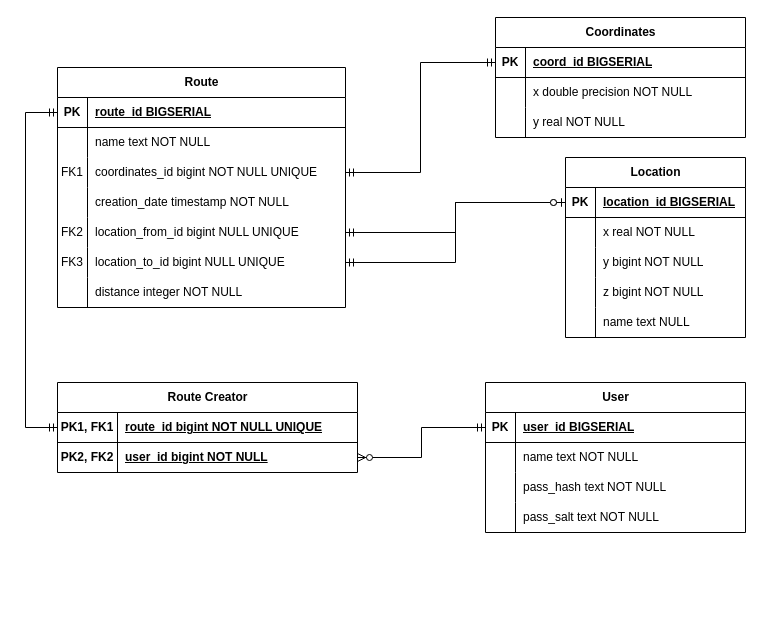
Before: diagrams/datalogicalModel.drawio in Zerumi/no8_280523_73637373, a draw.io diagram. Source tidied: cells renumbered, new cells numbered last; positions are measured from the earlier drawing's top-left corner, leaving out a move shared by most shapes. Both pictures are drawn from the tidied source at 100%, with x=0, y=0 at pixel (25, 17).
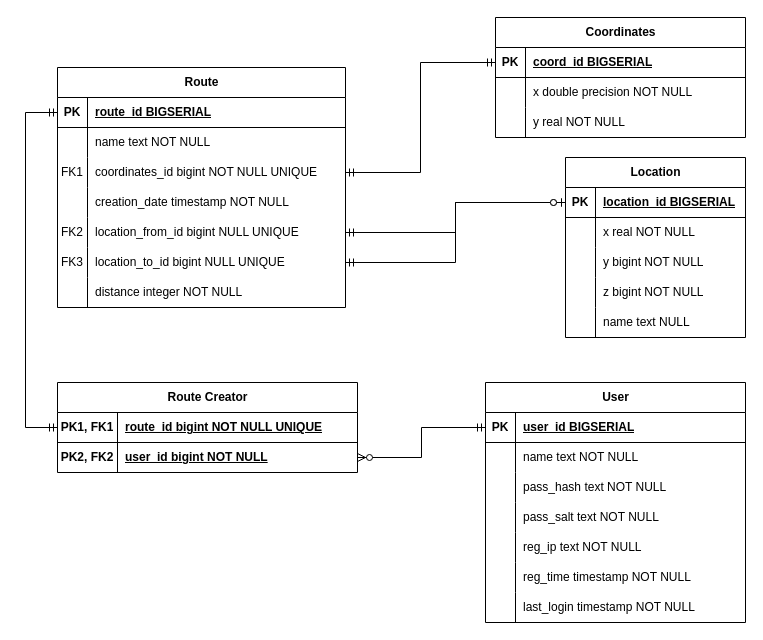
Above is the later version.

Commit message:
feat: enhanced datalogical model

What changed in the source:
```diff
@@
     <mxCell id="50" value="User" style="shape=table;startSize=30;childLayout=tableLayout;rowLines=0;fontStyle=1;align=center;html=1;" parent="1" vertex="1">
-      <mxGeometry x="460" y="365" width="260" height="150" as="geometry" />
+      <mxGeometry x="460" y="365" width="260" height="240" as="geometry" />
     </mxCell>
@@
+    <mxCell id="75" style="shape=tableRow;horizontal=0;startSize=0;swimlaneHead=0;swimlaneBody=0;fillColor=none;top=0;left=0;right=0;bottom=0;" parent="50" vertex="1">
+      <mxGeometry y="150" width="260" height="30" as="geometry" />
+    </mxCell>
+    <mxCell id="76" style="shape=partialRectangle;fillColor=none;top=0;left=0;bottom=0;right=0;overflow=hidden;whiteSpace=wrap;html=1;" parent="75" vertex="1">
+      <mxGeometry width="30" height="30" as="geometry" />
+    </mxCell>
+    <mxCell id="77" value="reg_ip text NOT NULL" style="shape=partialRectangle;fillColor=none;top=0;left=0;bottom=0;right=0;align=left;spacingLeft=6;overflow=hidden;whiteSpace=wrap;html=1;" parent="75" vertex="1">
+      <mxGeometry x="30" width="230" height="30" as="geometry" />
+    </mxCell>
+    <mxCell id="78" style="shape=tableRow;horizontal=0;startSize=0;swimlaneHead=0;swimlaneBody=0;fillColor=none;top=0;left=0;right=0;bottom=0;" parent="50" vertex="1">
+      <mxGeometry y="180" width="260" height="30" as="geometry" />
+    </mxCell>
+    <mxCell id="79" style="shape=partialRectangle;fillColor=none;top=0;left=0;bottom=0;right=0;overflow=hidden;whiteSpace=wrap;html=1;" parent="78" vertex="1">
+      <mxGeometry width="30" height="30" as="geometry" />
+    </mxCell>
+    <mxCell id="80" value="reg_time timestamp NOT NULL" style="shape=partialRectangle;fillColor=none;top=0;left=0;bottom=0;right=0;align=left;spacingLeft=6;overflow=hidden;whiteSpace=wrap;html=1;" parent="78" vertex="1">
+      <mxGeometry x="30" width="230" height="30" as="geometry" />
+    </mxCell>
+    <mxCell id="81" style="shape=tableRow;horizontal=0;startSize=0;swimlaneHead=0;swimlaneBody=0;fillColor=none;top=0;left=0;right=0;bottom=0;" parent="50" vertex="1">
+      <mxGeometry y="210" width="260" height="30" as="geometry" />
+    </mxCell>
+    <mxCell id="82" style="shape=partialRectangle;fillColor=none;top=0;left=0;bottom=0;right=0;overflow=hidden;whiteSpace=wrap;html=1;" parent="81" vertex="1">
+      <mxGeometry width="30" height="30" as="geometry" />
+    </mxCell>
+    <mxCell id="83" value="last_login timestamp NOT NULL" style="shape=partialRectangle;fillColor=none;top=0;left=0;bottom=0;right=0;align=left;spacingLeft=6;overflow=hidden;whiteSpace=wrap;html=1;" parent="81" vertex="1">
+      <mxGeometry x="30" width="230" height="30" as="geometry" />
+    </mxCell>
```
